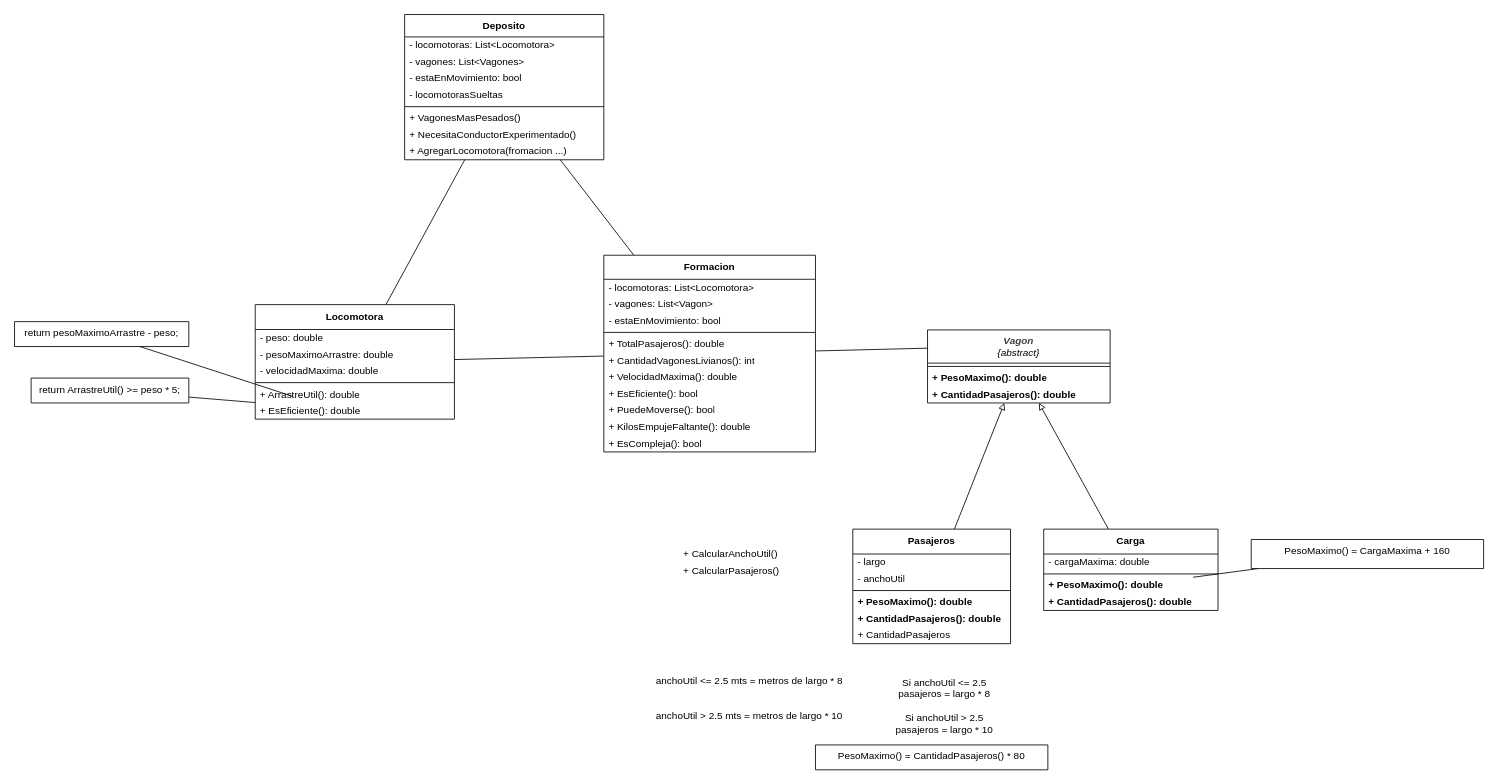
gastonjavierricchiardi/ejercicios-csharp-utn-2026 keeps this draw.io diagram as src/TrenesyDepositos/EJTrenesDepositosCS.dio. Above is the earlier version. Source tidied: cells renumbered, new cells numbered last; positions are measured from the earlier drawing's top-left corner, leaving out a move shared by most shapes. Both pictures are drawn from the tidied source at 83%, with x=0, y=0 at pixel (14, 14).
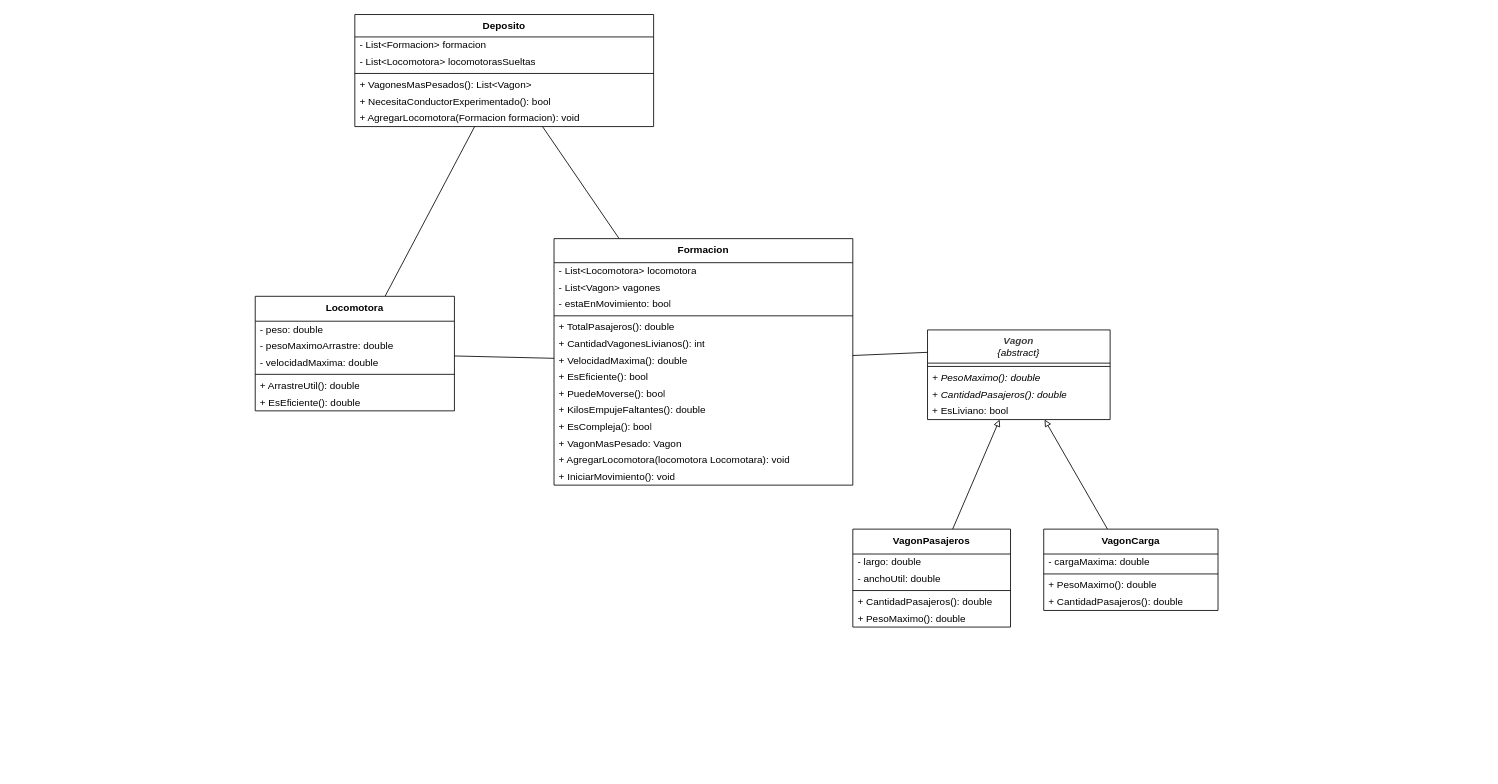
The same page after the edit.

Commit message (it also covers changes not shown here):
Subimos el diagrama

Unchanged cells that the change refers to:
```xml
<mxCell id="39" value="+ ArrastreUtil(): double" style="text;html=1;strokeColor=none;fillColor=none;align=left;verticalAlign=middle;spacingLeft=4;spacingRight=4;overflow=hidden;points=[[0,0.5],[1,0.5]];portConstraint=eastwest;whiteSpace=wrap;" parent="34" vertex="1">
  <mxGeometry y="98" width="240" height="20" as="geometry" />
</mxCell>
<mxCell id="40" value="+ EsEficiente(): double" style="text;html=1;strokeColor=none;fillColor=none;align=left;verticalAlign=middle;spacingLeft=4;spacingRight=4;overflow=hidden;points=[[0,0.5],[1,0.5]];portConstraint=eastwest;whiteSpace=wrap;" parent="34" vertex="1">
  <mxGeometry y="118" width="240" height="20" as="geometry" />
</mxCell>
```

Change to the diagram source:
```diff
@@
     <mxCell id="2" value="&lt;b&gt;Deposito&lt;/b&gt;" style="swimlane;fontStyle=0;align=center;verticalAlign=top;horizontal=1;startSize=27;html=1;whiteSpace=wrap;" parent="1" vertex="1">
-      <mxGeometry x="470" width="240" height="175" as="geometry" />
+      <mxGeometry x="410" width="360" height="135" as="geometry" />
     </mxCell>
-    <mxCell id="3" value="- locomotoras: List&amp;lt;Locomotora&amp;gt;" style="text;html=1;strokeColor=none;fillColor=none;align=left;verticalAlign=middle;spacingLeft=4;spacingRight=4;overflow=hidden;whiteSpace=wrap;" parent="2" vertex="1">
-      <mxGeometry y="27" width="240" height="20" as="geometry" />
+    <mxCell id="3" value="- List&amp;lt;Formacion&amp;gt; formacion" style="text;html=1;strokeColor=none;fillColor=none;align=left;verticalAlign=middle;spacingLeft=4;spacingRight=4;overflow=hidden;whiteSpace=wrap;" parent="2" vertex="1">
+      <mxGeometry y="27" width="360" height="20" as="geometry" />
     </mxCell>
-    <mxCell id="4" value="- vagones: List&amp;lt;Vagones&amp;gt;" style="text;html=1;strokeColor=none;fillColor=none;align=left;verticalAlign=middle;spacingLeft=4;spacingRight=4;overflow=hidden;whiteSpace=wrap;" parent="2" vertex="1">
-      <mxGeometry y="47" width="240" height="20" as="geometry" />
+    <mxCell id="4" value="- List&amp;lt;Locomotora&amp;gt; locomotorasSueltas" style="text;html=1;strokeColor=none;fillColor=none;align=left;verticalAlign=middle;spacingLeft=4;spacingRight=4;overflow=hidden;whiteSpace=wrap;" parent="2" vertex="1">
+      <mxGeometry y="47" width="360" height="20" as="geometry" />
     </mxCell>
-    <mxCell id="5" value="- estaEnMovimiento: bool" style="text;html=1;strokeColor=none;fillColor=none;align=left;verticalAlign=middle;spacingLeft=4;spacingRight=4;overflow=hidden;whiteSpace=wrap;" parent="2" vertex="1">
-      <mxGeometry y="67" width="240" height="20" as="geometry" />
-    </mxCell>
-    <mxCell id="6" value="- locomotorasSueltas" style="text;html=1;strokeColor=none;fillColor=none;align=left;verticalAlign=middle;spacingLeft=4;spacingRight=4;overflow=hidden;whiteSpace=wrap;" parent="2" vertex="1">
-      <mxGeometry y="87" width="240" height="20" as="geometry" />
-    </mxCell>
     <mxCell id="7" style="line;strokeWidth=1;fillColor=none;align=left;verticalAlign=middle;spacingTop=-1;spacingLeft=3;spacingRight=3;labelPosition=right;" parent="2" vertex="1">
-      <mxGeometry y="107" width="240" height="8" as="geometry" />
+      <mxGeometry y="67" width="360" height="8" as="geometry" />
     </mxCell>
-    <mxCell id="8" value="+ VagonesMasPesados()" style="text;html=1;strokeColor=none;fillColor=none;align=left;verticalAlign=middle;spacingLeft=4;spacingRight=4;overflow=hidden;whiteSpace=wrap;" parent="2" vertex="1">
-      <mxGeometry y="115" width="240" height="20" as="geometry" />
+    <mxCell id="8" value="+ VagonesMasPesados(): List&amp;lt;Vagon&amp;gt;" style="text;html=1;strokeColor=none;fillColor=none;align=left;verticalAlign=middle;spacingLeft=4;spacingRight=4;overflow=hidden;whiteSpace=wrap;" parent="2" vertex="1">
+      <mxGeometry y="75" width="360" height="20" as="geometry" />
     </mxCell>
-    <mxCell id="9" value="+ NecesitaConductorExperimentado()" style="text;html=1;strokeColor=none;fillColor=none;align=left;verticalAlign=middle;spacingLeft=4;spacingRight=4;overflow=hidden;whiteSpace=wrap;" parent="2" vertex="1">
-      <mxGeometry y="135" width="240" height="20" as="geometry" />
+    <mxCell id="9" value="+ NecesitaConductorExperimentado(): bool" style="text;html=1;strokeColor=none;fillColor=none;align=left;verticalAlign=middle;spacingLeft=4;spacingRight=4;overflow=hidden;whiteSpace=wrap;" parent="2" vertex="1">
+      <mxGeometry y="95" width="360" height="20" as="geometry" />
     </mxCell>
-    <mxCell id="10" value="+ AgregarLocomotora(fromacion ...)" style="text;html=1;strokeColor=none;fillColor=none;align=left;verticalAlign=middle;spacingLeft=4;spacingRight=4;overflow=hidden;whiteSpace=wrap;" parent="2" vertex="1">
-      <mxGeometry y="155" width="240" height="20" as="geometry" />
+    <mxCell id="10" value="+ AgregarLocomotora(Formacion formacion): void" style="text;html=1;strokeColor=none;fillColor=none;align=left;verticalAlign=middle;spacingLeft=4;spacingRight=4;overflow=hidden;whiteSpace=wrap;" parent="2" vertex="1">
+      <mxGeometry y="115" width="360" height="20" as="geometry" />
     </mxCell>
     <mxCell id="11" value="&lt;i&gt;&lt;b style=&quot;color: rgb(63, 63, 63); scrollbar-color: rgb(226, 226, 226) rgb(251, 251, 251);&quot;&gt;Vagon&lt;/b&gt;&lt;br style=&quot;color: rgb(63, 63, 63); scrollbar-color: rgb(226, 226, 226) rgb(251, 251, 251);&quot;&gt;&lt;span style=&quot;color: rgb(0, 0, 0);&quot;&gt;{abstract}&lt;/span&gt;&lt;/i&gt;" style="swimlane;fontStyle=0;align=center;verticalAlign=top;horizontal=1;startSize=40;html=1;whiteSpace=wrap;" parent="1" vertex="1">
-      <mxGeometry x="1100" y="380" width="220" height="88" as="geometry" />
+      <mxGeometry x="1100" y="380" width="220" height="108" as="geometry" />
     </mxCell>
@@
-    <mxCell id="13" value="+ PesoMaximo(): double" style="text;html=1;strokeColor=none;fillColor=none;align=left;verticalAlign=middle;spacingLeft=4;spacingRight=4;overflow=hidden;whiteSpace=wrap;fontStyle=1;" parent="11" vertex="1">
+    <mxCell id="13" value="+ PesoMaximo(): double" style="text;html=1;strokeColor=none;fillColor=none;align=left;verticalAlign=middle;spacingLeft=4;spacingRight=4;overflow=hidden;whiteSpace=wrap;fontStyle=2;" parent="11" vertex="1">
       <mxGeometry y="48" width="220" height="20" as="geometry" />
     </mxCell>
-    <mxCell id="14" value="+ CantidadPasajeros(): double" style="text;html=1;strokeColor=none;fillColor=none;align=left;verticalAlign=middle;spacingLeft=4;spacingRight=4;overflow=hidden;whiteSpace=wrap;fontStyle=1;" parent="11" vertex="1">
+    <mxCell id="14" value="+ CantidadPasajeros(): double" style="text;html=1;strokeColor=none;fillColor=none;align=left;verticalAlign=middle;spacingLeft=4;spacingRight=4;overflow=hidden;whiteSpace=wrap;fontStyle=2;" parent="11" vertex="1">
       <mxGeometry y="68" width="220" height="20" as="geometry" />
     </mxCell>
+    <mxCell id="64" value="+ EsLiviano: bool" style="text;html=1;strokeColor=none;fillColor=none;align=left;verticalAlign=middle;spacingLeft=4;spacingRight=4;overflow=hidden;whiteSpace=wrap;fontStyle=0;" parent="11" vertex="1">
+      <mxGeometry y="88" width="220" height="20" as="geometry" />
+    </mxCell>
@@
-    <mxCell id="16" value="&lt;b&gt;Pasajeros&lt;/b&gt;" style="swimlane;fontStyle=0;align=center;verticalAlign=top;horizontal=1;startSize=30;html=1;whiteSpace=wrap;" parent="1" vertex="1">
-      <mxGeometry x="1010" y="620" width="190" height="138" as="geometry" />
+    <mxCell id="16" value="&lt;b&gt;VagonPasajeros&lt;/b&gt;" style="swimlane;fontStyle=0;align=center;verticalAlign=top;horizontal=1;startSize=30;html=1;whiteSpace=wrap;" parent="1" vertex="1">
+      <mxGeometry x="1010" y="620" width="190" height="118" as="geometry" />
     </mxCell>
-    <mxCell id="17" value="- largo" style="text;html=1;strokeColor=none;fillColor=none;align=left;verticalAlign=middle;spacingLeft=4;spacingRight=4;overflow=hidden;whiteSpace=wrap;" parent="16" vertex="1">
+    <mxCell id="17" value="- largo: double" style="text;html=1;strokeColor=none;fillColor=none;align=left;verticalAlign=middle;spacingLeft=4;spacingRight=4;overflow=hidden;whiteSpace=wrap;" parent="16" vertex="1">
       <mxGeometry y="30" width="190" height="20" as="geometry" />
     </mxCell>
-    <mxCell id="18" value="- anchoUtil" style="text;html=1;strokeColor=none;fillColor=none;align=left;verticalAlign=middle;spacingLeft=4;spacingRight=4;overflow=hidden;whiteSpace=wrap;" parent="16" vertex="1">
+    <mxCell id="18" value="- anchoUtil: double" style="text;html=1;strokeColor=none;fillColor=none;align=left;verticalAlign=middle;spacingLeft=4;spacingRight=4;overflow=hidden;whiteSpace=wrap;" parent="16" vertex="1">
       <mxGeometry y="50" width="190" height="20" as="geometry" />
     </mxCell>
@@
+    <mxCell id="21" value="+ CantidadPasajeros(): double" style="text;html=1;strokeColor=none;fillColor=none;align=left;verticalAlign=middle;spacingLeft=4;spacingRight=4;overflow=hidden;whiteSpace=wrap;fontStyle=0;" parent="16" vertex="1">
+      <mxGeometry y="78" width="190" height="20" as="geometry" />
+    </mxCell>
-    <mxCell id="20" value="+ PesoMaximo(): double" style="text;html=1;strokeColor=none;fillColor=none;align=left;verticalAlign=middle;spacingLeft=4;spacingRight=4;overflow=hidden;whiteSpace=wrap;fontStyle=1;" parent="16" vertex="1">
-      <mxGeometry y="78" width="190" height="20" as="geometry" />
+    <mxCell id="20" value="+ PesoMaximo(): double" style="text;html=1;strokeColor=none;fillColor=none;align=left;verticalAlign=middle;spacingLeft=4;spacingRight=4;overflow=hidden;whiteSpace=wrap;fontStyle=0;" parent="16" vertex="1">
+      <mxGeometry y="98" width="190" height="20" as="geometry" />
     </mxCell>
-    <mxCell id="21" value="+ CantidadPasajeros(): double" style="text;html=1;strokeColor=none;fillColor=none;align=left;verticalAlign=middle;spacingLeft=4;spacingRight=4;overflow=hidden;whiteSpace=wrap;fontStyle=1;" parent="16" vertex="1">
-      <mxGeometry y="98" width="190" height="20" as="geometry" />
-    </mxCell>
-    <mxCell id="22" value="+ CantidadPasajeros" style="text;html=1;strokeColor=none;fillColor=none;align=left;verticalAlign=middle;spacingLeft=4;spacingRight=4;overflow=hidden;whiteSpace=wrap;" parent="16" vertex="1">
-      <mxGeometry y="118" width="190" height="20" as="geometry" />
-    </mxCell>
@@
-    <mxCell id="24" value="&lt;b&gt;Carga&lt;/b&gt;" style="swimlane;fontStyle=0;align=center;verticalAlign=top;horizontal=1;startSize=30;html=1;whiteSpace=wrap;" parent="1" vertex="1">
+    <mxCell id="24" value="&lt;b&gt;VagonCarga&lt;/b&gt;" style="swimlane;fontStyle=0;align=center;verticalAlign=top;horizontal=1;startSize=30;html=1;whiteSpace=wrap;" parent="1" vertex="1">
       <mxGeometry x="1240" y="620" width="210" height="98" as="geometry" />
     </mxCell>
@@
-    <mxCell id="27" value="+ PesoMaximo(): double" style="text;html=1;strokeColor=none;fillColor=none;align=left;verticalAlign=middle;spacingLeft=4;spacingRight=4;overflow=hidden;points=[[0,0.5],[1,0.5]];portConstraint=eastwest;whiteSpace=wrap;fontStyle=1;" parent="24" vertex="1">
+    <mxCell id="27" value="+ PesoMaximo(): double" style="text;html=1;strokeColor=none;fillColor=none;align=left;verticalAlign=middle;spacingLeft=4;spacingRight=4;overflow=hidden;points=[[0,0.5],[1,0.5]];portConstraint=eastwest;whiteSpace=wrap;fontStyle=0;" parent="24" vertex="1">
       <mxGeometry y="58" width="210" height="20" as="geometry" />
     </mxCell>
-    <mxCell id="28" value="+ CantidadPasajeros(): double" style="text;html=1;strokeColor=none;fillColor=none;align=left;verticalAlign=middle;spacingLeft=4;spacingRight=4;overflow=hidden;whiteSpace=wrap;fontStyle=1;" parent="24" vertex="1">
+    <mxCell id="28" value="+ CantidadPasajeros(): double" style="text;html=1;strokeColor=none;fillColor=none;align=left;verticalAlign=middle;spacingLeft=4;spacingRight=4;overflow=hidden;whiteSpace=wrap;fontStyle=0;" parent="24" vertex="1">
       <mxGeometry y="78" width="210" height="20" as="geometry" />
     </mxCell>
-    <mxCell id="29" value="anchoUtil &amp;lt;= 2.5 mts = metros de largo * 8" style="text;html=1;align=center;verticalAlign=middle;strokeColor=none;fillColor=none;" parent="1" vertex="1">
-      <mxGeometry x="760" y="788" width="250" height="30" as="geometry" />
-    </mxCell>
-    <mxCell id="30" value="anchoUtil &amp;gt; 2.5 mts = metros de largo * 10" style="text;html=1;align=center;verticalAlign=middle;strokeColor=none;fillColor=none;" parent="1" vertex="1">
-      <mxGeometry x="760" y="830" width="250" height="30" as="geometry" />
-    </mxCell>
-    <mxCell id="31" value="Si anchoUtil &amp;lt;= 2.5&lt;div&gt;pasajeros = largo * 8&lt;/div&gt;&lt;div&gt;&lt;br&gt;&lt;/div&gt;&lt;div&gt;Si anchoUtil &amp;gt; 2.5&lt;/div&gt;&lt;div&gt;pasajeros = largo * 10&lt;/div&gt;" style="text;html=1;align=center;verticalAlign=middle;strokeColor=none;fillColor=none;" parent="1" vertex="1">
-      <mxGeometry x="1050" y="788" width="140" height="90" as="geometry" />
-    </mxCell>
@@
     <mxCell id="34" value="&lt;b&gt;Locomotora&lt;/b&gt;" style="swimlane;fontStyle=0;align=center;verticalAlign=top;horizontal=1;startSize=30;html=1;whiteSpace=wrap;" parent="1" vertex="1">
-      <mxGeometry x="290" y="349.5" width="240" height="138" as="geometry" />
+      <mxGeometry x="290" y="339.5" width="240" height="138" as="geometry" />
     </mxCell>
@@
     <mxCell id="43" value="&lt;b&gt;Formacion&lt;/b&gt;" style="swimlane;fontStyle=0;align=center;verticalAlign=top;horizontal=1;startSize=29;html=1;whiteSpace=wrap;" parent="1" vertex="1">
-      <mxGeometry x="710" y="290" width="255" height="237" as="geometry" />
+      <mxGeometry x="650" y="270" width="360" height="297" as="geometry" />
     </mxCell>
-    <mxCell id="44" value="- locomotoras: List&amp;lt;Locomotora&amp;gt;" style="text;html=1;strokeColor=none;fillColor=none;align=left;verticalAlign=middle;spacingLeft=4;spacingRight=4;overflow=hidden;whiteSpace=wrap;" parent="43" vertex="1">
-      <mxGeometry y="29" width="255" height="20" as="geometry" />
+    <mxCell id="44" value="- List&amp;lt;Locomotora&amp;gt; locomotora" style="text;html=1;strokeColor=none;fillColor=none;align=left;verticalAlign=middle;spacingLeft=4;spacingRight=4;overflow=hidden;whiteSpace=wrap;" parent="43" vertex="1">
+      <mxGeometry y="29" width="360" height="20" as="geometry" />
     </mxCell>
-    <mxCell id="45" value="- vagones: List&amp;lt;Vagon&amp;gt;" style="text;html=1;strokeColor=none;fillColor=none;align=left;verticalAlign=middle;spacingLeft=4;spacingRight=4;overflow=hidden;whiteSpace=wrap;" parent="43" vertex="1">
-      <mxGeometry y="49" width="255" height="20" as="geometry" />
+    <mxCell id="45" value="- List&amp;lt;Vagon&amp;gt; vagones" style="text;html=1;strokeColor=none;fillColor=none;align=left;verticalAlign=middle;spacingLeft=4;spacingRight=4;overflow=hidden;whiteSpace=wrap;" parent="43" vertex="1">
+      <mxGeometry y="49" width="360" height="20" as="geometry" />
     </mxCell>
     <mxCell id="46" value="- estaEnMovimiento: bool" style="text;html=1;strokeColor=none;fillColor=none;align=left;verticalAlign=middle;spacingLeft=4;spacingRight=4;overflow=hidden;whiteSpace=wrap;" parent="43" vertex="1">
-      <mxGeometry y="69" width="255" height="20" as="geometry" />
+      <mxGeometry y="69" width="360" height="20" as="geometry" />
     </mxCell>
     <mxCell id="47" style="line;strokeWidth=1;fillColor=none;align=left;verticalAlign=middle;spacingTop=-1;spacingLeft=3;spacingRight=3;labelPosition=right;" parent="43" vertex="1">
-      <mxGeometry y="89" width="255" height="8" as="geometry" />
+      <mxGeometry y="89" width="360" height="8" as="geometry" />
     </mxCell>
     <mxCell id="48" value="+ TotalPasajeros(): double" style="text;html=1;strokeColor=none;fillColor=none;align=left;verticalAlign=middle;spacingLeft=4;spacingRight=4;overflow=hidden;whiteSpace=wrap;" parent="43" vertex="1">
-      <mxGeometry y="97" width="255" height="20" as="geometry" />
+      <mxGeometry y="97" width="360" height="20" as="geometry" />
     </mxCell>
     <mxCell id="49" value="+ CantidadVagonesLivianos(): int" style="text;html=1;strokeColor=none;fillColor=none;align=left;verticalAlign=middle;spacingLeft=4;spacingRight=4;overflow=hidden;whiteSpace=wrap;" parent="43" vertex="1">
-      <mxGeometry y="117" width="255" height="20" as="geometry" />
+      <mxGeometry y="117" width="360" height="20" as="geometry" />
     </mxCell>
     <mxCell id="50" value="+ VelocidadMaxima(): double" style="text;html=1;strokeColor=none;fillColor=none;align=left;verticalAlign=middle;spacingLeft=4;spacingRight=4;overflow=hidden;whiteSpace=wrap;" parent="43" vertex="1">
-      <mxGeometry y="137" width="255" height="20" as="geometry" />
+      <mxGeometry y="137" width="360" height="20" as="geometry" />
     </mxCell>
     <mxCell id="51" value="+ EsEficiente(): bool" style="text;html=1;strokeColor=none;fillColor=none;align=left;verticalAlign=middle;spacingLeft=4;spacingRight=4;overflow=hidden;whiteSpace=wrap;" parent="43" vertex="1">
-      <mxGeometry y="157" width="255" height="20" as="geometry" />
+      <mxGeometry y="157" width="360" height="20" as="geometry" />
     </mxCell>
     <mxCell id="52" value="+ PuedeMoverse(): bool" style="text;html=1;strokeColor=none;fillColor=none;align=left;verticalAlign=middle;spacingLeft=4;spacingRight=4;overflow=hidden;whiteSpace=wrap;" parent="43" vertex="1">
-      <mxGeometry y="177" width="255" height="20" as="geometry" />
+      <mxGeometry y="177" width="360" height="20" as="geometry" />
     </mxCell>
-    <mxCell id="53" value="+ KilosEmpujeFaltante(): double" style="text;html=1;strokeColor=none;fillColor=none;align=left;verticalAlign=middle;spacingLeft=4;spacingRight=4;overflow=hidden;whiteSpace=wrap;" parent="43" vertex="1">
-      <mxGeometry y="197" width="255" height="20" as="geometry" />
+    <mxCell id="53" value="+ KilosEmpujeFaltantes(): double" style="text;html=1;strokeColor=none;fillColor=none;align=left;verticalAlign=middle;spacingLeft=4;spacingRight=4;overflow=hidden;whiteSpace=wrap;" parent="43" vertex="1">
+      <mxGeometry y="197" width="360" height="20" as="geometry" />
     </mxCell>
     <mxCell id="54" value="+ EsCompleja(): bool" style="text;html=1;strokeColor=none;fillColor=none;align=left;verticalAlign=middle;spacingLeft=4;spacingRight=4;overflow=hidden;whiteSpace=wrap;" parent="43" vertex="1">
-      <mxGeometry y="217" width="255" height="20" as="geometry" />
+      <mxGeometry y="217" width="360" height="20" as="geometry" />
     </mxCell>
-    <mxCell id="55" value="PesoMaximo() = CantidadPasajeros() * 80" style="shape=note2;boundedLbl=1;whiteSpace=wrap;html=1;size=0;verticalAlign=top;align=center;" parent="1" vertex="1">
-      <mxGeometry x="965" y="880" width="280" height="30" as="geometry" />
-    </mxCell>
-    <mxCell id="56" style="edgeStyle=none;html=1;endArrow=none;endFill=0;" parent="1" edge="1" source="57" target="27">
-      <mxGeometry relative="1" as="geometry" />
-    </mxCell>
-    <mxCell id="57" value="PesoMaximo() = CargaMaxima + 160" style="shape=note2;boundedLbl=1;whiteSpace=wrap;html=1;size=0;verticalAlign=top;align=center;" parent="1" vertex="1">
-      <mxGeometry x="1490" y="632.5" width="280" height="35" as="geometry" />
-    </mxCell>
-    <mxCell id="58" value="+ CalcularAnchoUtil()" style="text;html=1;strokeColor=none;fillColor=none;align=left;verticalAlign=middle;spacingLeft=4;spacingRight=4;overflow=hidden;whiteSpace=wrap;" parent="1" vertex="1">
-      <mxGeometry x="800" y="640" width="190" height="20" as="geometry" />
-    </mxCell>
-    <mxCell id="59" value="+ CalcularPasajeros()" style="text;html=1;strokeColor=none;fillColor=none;align=left;verticalAlign=middle;spacingLeft=4;spacingRight=4;overflow=hidden;whiteSpace=wrap;" parent="1" vertex="1">
-      <mxGeometry x="800" y="660" width="190" height="20" as="geometry" />
-    </mxCell>
-    <mxCell id="60" value="return pesoMaximoArrastre - peso;" style="shape=note2;boundedLbl=1;whiteSpace=wrap;html=1;size=0;verticalAlign=top;align=center;" parent="1" vertex="1">
-      <mxGeometry y="370" width="210" height="30" as="geometry" />
-    </mxCell>
-    <mxCell id="61" style="edgeStyle=none;html=1;entryX=0.188;entryY=0.625;entryDx=0;entryDy=0;entryPerimeter=0;endArrow=none;endFill=0;" parent="1" edge="1" source="60" target="39">
-      <mxGeometry relative="1" as="geometry" />
-    </mxCell>
-    <mxCell id="62" style="edgeStyle=none;html=1;endArrow=none;endFill=0;" parent="1" edge="1" source="63" target="40">
-      <mxGeometry relative="1" as="geometry" />
-    </mxCell>
-    <mxCell id="63" value="return ArrastreUtil() &amp;gt;= peso * 5;" style="shape=note2;boundedLbl=1;whiteSpace=wrap;html=1;size=0;verticalAlign=top;align=center;" parent="1" vertex="1">
-      <mxGeometry x="20" y="438" width="190" height="30" as="geometry" />
-    </mxCell>
+    <mxCell id="65" value="+ VagonMasPesado: Vagon" style="text;html=1;strokeColor=none;fillColor=none;align=left;verticalAlign=middle;spacingLeft=4;spacingRight=4;overflow=hidden;whiteSpace=wrap;" parent="43" vertex="1">
+      <mxGeometry y="237" width="360" height="20" as="geometry" />
+    </mxCell>
+    <mxCell id="66" value="+ AgregarLocomotora(locomotora Locomotara): void" style="text;html=1;strokeColor=none;fillColor=none;align=left;verticalAlign=middle;spacingLeft=4;spacingRight=4;overflow=hidden;whiteSpace=wrap;" parent="43" vertex="1">
+      <mxGeometry y="257" width="360" height="20" as="geometry" />
+    </mxCell>
+    <mxCell id="67" value="+ IniciarMovimiento(): void" style="text;html=1;strokeColor=none;fillColor=none;align=left;verticalAlign=middle;spacingLeft=4;spacingRight=4;overflow=hidden;whiteSpace=wrap;" parent="43" vertex="1">
+      <mxGeometry y="277" width="360" height="20" as="geometry" />
+    </mxCell>
```
